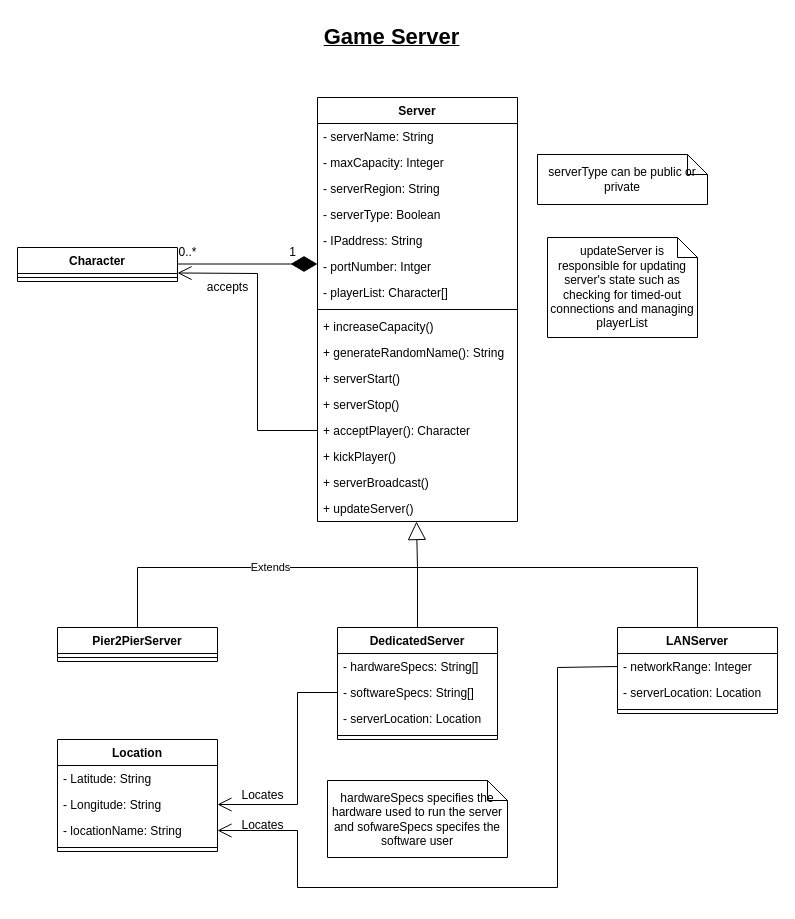
RPG-Research/bcirpg keeps this draw.io diagram as Phase2/UML Diagrams/Server/Server.drawio. Above is the earlier version. Source tidied: cells renumbered, new cells numbered last; positions are measured from the earlier drawing's top-left corner, leaving out a move shared by most shapes. Both pictures are drawn from the tidied source at 100%, with x=0, y=0 at pixel (17, 17).
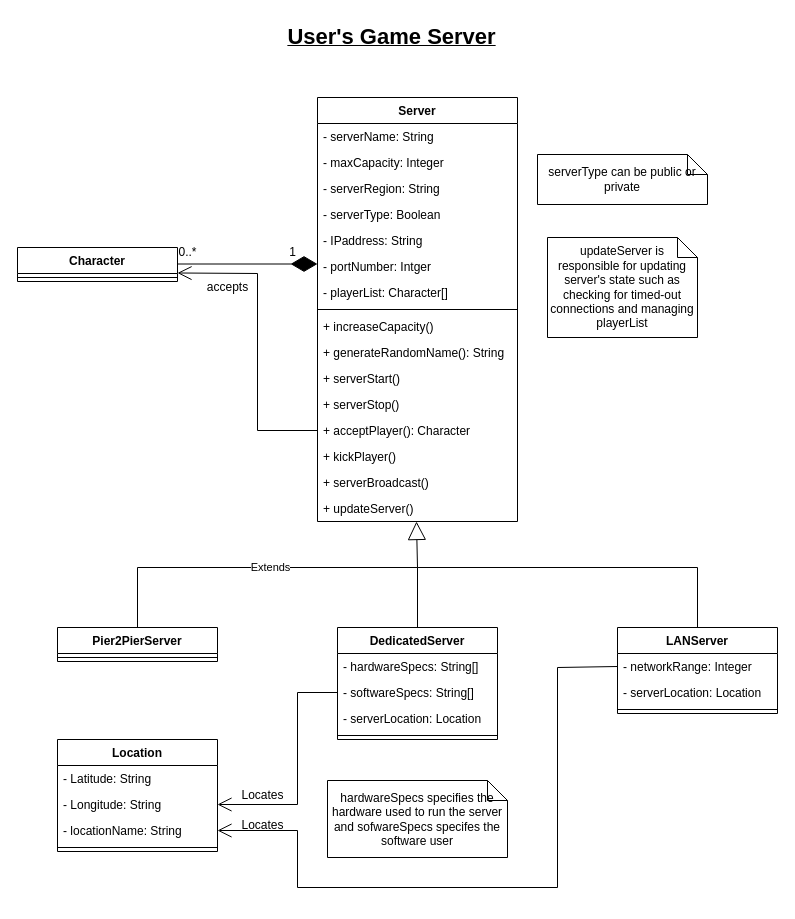
The same diagram, later.

What changed in the source:
```diff
@@
-    <mxCell id="49" value="&lt;b&gt;&lt;u&gt;&lt;font style=&quot;font-size: 22px;&quot;&gt;Game Server&lt;/font&gt;&lt;/u&gt;&lt;/b&gt;" style="text;html=1;align=center;verticalAlign=middle;strokeColor=none;fillColor=none;" parent="1" vertex="1">
-      <mxGeometry x="294" width="160" height="40" as="geometry" />
+    <mxCell id="49" value="&lt;b&gt;&lt;u&gt;&lt;font style=&quot;font-size: 22px;&quot;&gt;User's Game Server&lt;/font&gt;&lt;/u&gt;&lt;/b&gt;" style="text;html=1;align=center;verticalAlign=middle;strokeColor=none;fillColor=none;" parent="1" vertex="1">
+      <mxGeometry x="259" width="230" height="40" as="geometry" />
     </mxCell>
```
